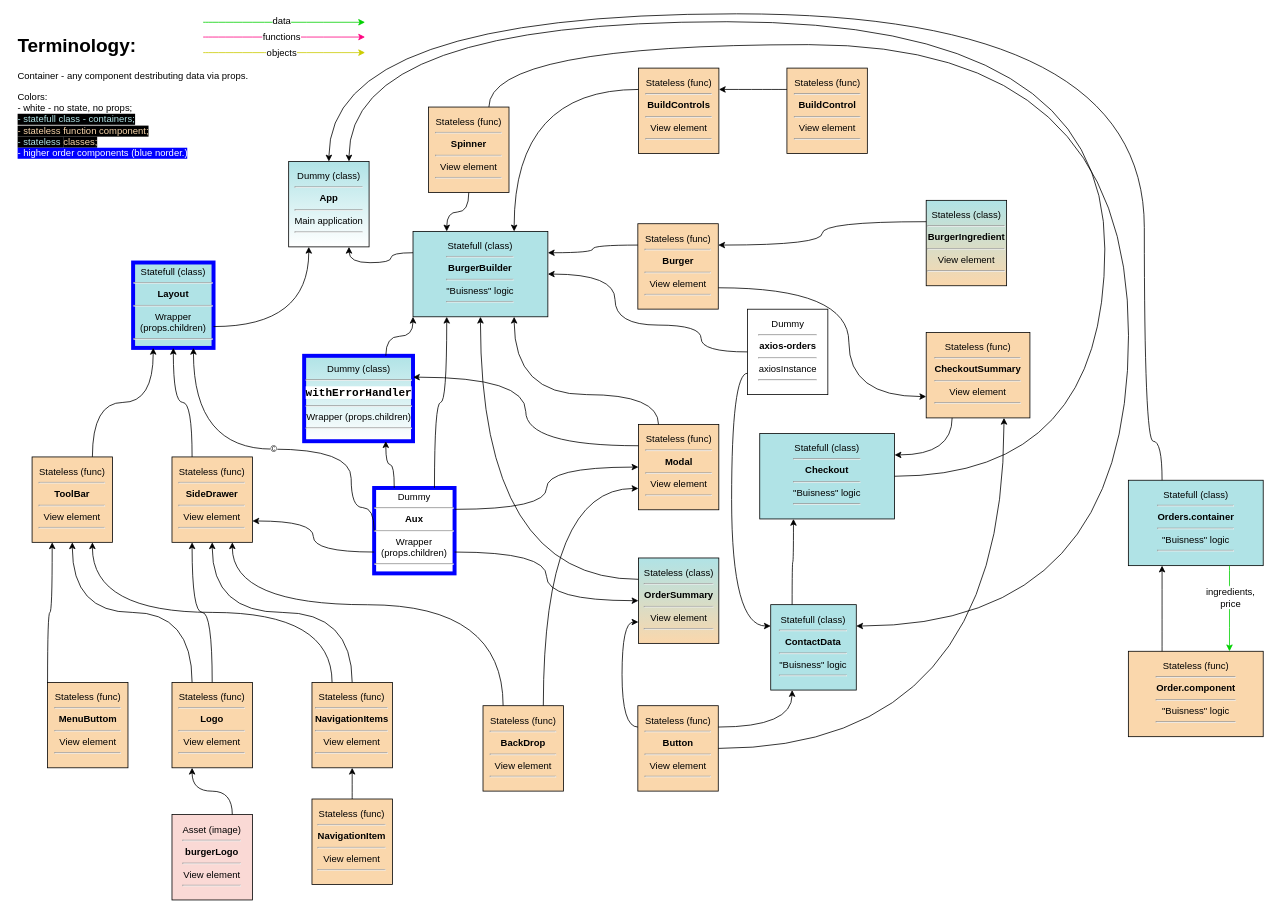
The draw.io diagram page "Application stracture" (5 of 5) of burger-builder.drawio in Sergey190309/burger-builder, before the edit. Source tidied: cells renumbered, new cells numbered last; positions are measured from the earlier drawing's top-left corner, leaving out a move shared by most shapes. Both pictures are drawn from the tidied source at 79%, with x=0, y=0 at pixel (13, 13).
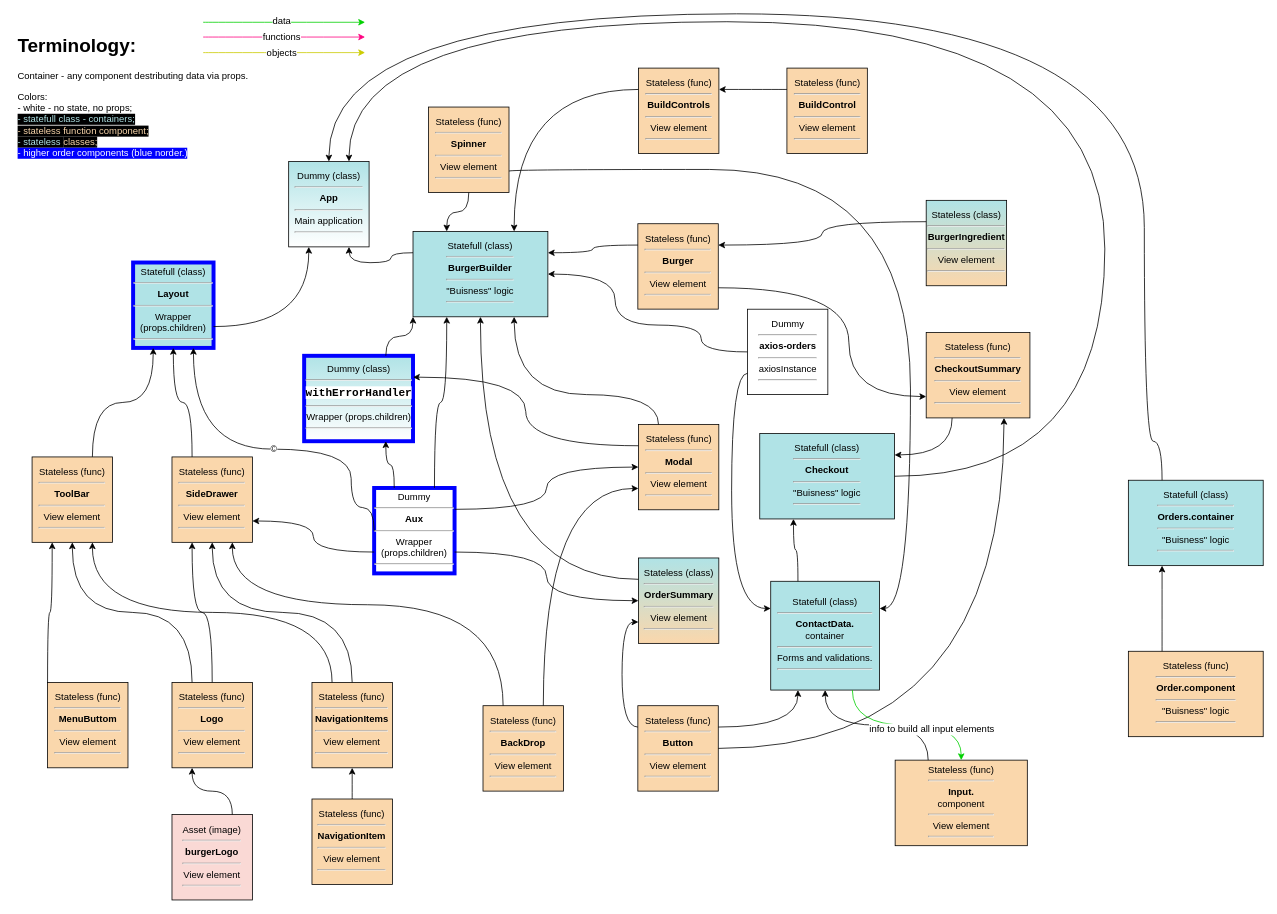
Above is the later version.

Unchanged cells that the change refers to:
```xml
<mxCell id="33" value="Stateless (func)&lt;br&gt;&lt;hr&gt;&lt;b&gt;Spinner&lt;/b&gt;&lt;br&gt;&lt;hr&gt;View element&lt;br&gt;&lt;hr&gt;" style="rounded=0;whiteSpace=wrap;html=1;fillColor=#fad7ac;strokeColor=#000000;arcSize=0;glass=0;comic=0;shadow=0;" parent="9" vertex="1">
  <mxGeometry x="525" y="118" width="101.8" height="108.1" as="geometry" />
</mxCell>
<mxCell id="37" value="Statefull (class)&lt;br&gt;&lt;hr&gt;&lt;b&gt;Orders.container&lt;/b&gt;&lt;br&gt;&lt;hr&gt;&quot;Buisness&quot; logic&lt;br&gt;&lt;hr&gt;" style="rounded=0;whiteSpace=wrap;html=1;fillColor=#b0e3e6;strokeColor=#000000;arcSize=0;glass=0;comic=0;shadow=0;" parent="9" vertex="1">
  <mxGeometry x="1410.8" y="590.4" width="170.7" height="108.1" as="geometry" />
</mxCell>
<mxCell id="38" value="Stateless (func)&lt;br&gt;&lt;hr&gt;&lt;b&gt;Order.component&lt;/b&gt;&lt;br&gt;&lt;hr&gt;&quot;Buisness&quot; logic&lt;br&gt;&lt;hr&gt;" style="rounded=0;whiteSpace=wrap;html=1;fillColor=#FAD7AC;strokeColor=#000000;arcSize=0;glass=0;comic=0;shadow=0;" parent="9" vertex="1">
  <mxGeometry x="1410.8" y="806.9" width="170.7" height="108.1" as="geometry" />
</mxCell>
```

What changed in the source:
```diff
@@
-    <mxCell id="36" value="Statefull (class)&lt;br&gt;&lt;hr&gt;&lt;b&gt;ContactData&lt;/b&gt;&lt;br&gt;&lt;hr&gt;&quot;Buisness&quot; logic&lt;br&gt;&lt;hr&gt;" style="rounded=0;whiteSpace=wrap;html=1;fillColor=#b0e3e6;strokeColor=#000000;arcSize=0;glass=0;comic=0;shadow=0;" parent="9" vertex="1">
-      <mxGeometry x="958.1" y="747.9" width="108.3" height="108.1" as="geometry" />
+    <mxCell id="36" value="Statefull (class)&lt;br&gt;&lt;hr&gt;&lt;b&gt;ContactData.&lt;br&gt;&lt;/b&gt;container&lt;br&gt;&lt;hr&gt;Forms and validations.&lt;br&gt;&lt;hr&gt;" style="rounded=0;whiteSpace=wrap;html=1;fillColor=#b0e3e6;strokeColor=#000000;arcSize=0;glass=0;comic=0;shadow=0;" parent="9" vertex="1">
+      <mxGeometry x="958.1" y="718.3" width="137.8" height="137.7" as="geometry" />
     </mxCell>
@@
+    <mxCell id="85" value="Stateless (func)&lt;br&gt;&lt;hr&gt;&lt;b&gt;Input.&lt;br&gt;&lt;/b&gt;component&lt;br&gt;&lt;hr&gt;View element&lt;br&gt;&lt;hr&gt;" style="rounded=0;whiteSpace=wrap;html=1;fillColor=#fad7ac;strokeColor=#000000;arcSize=0;glass=0;comic=0;shadow=0;" parent="9" vertex="1">
+      <mxGeometry x="1115.6" y="944.7" width="167.3" height="108.3" as="geometry" />
+    </mxCell>
@@
-    <mxCell id="78" style="edgeStyle=orthogonalEdgeStyle;curved=1;rounded=0;jettySize=auto;html=1;exitX=0.75;exitY=0;exitDx=0;exitDy=0;entryX=1;entryY=0.25;entryDx=0;entryDy=0;strokeColor=#000000;" parent="39" edge="1" source="33" target="36">
+    <mxCell id="78" style="edgeStyle=orthogonalEdgeStyle;curved=1;rounded=0;jettySize=auto;html=1;exitX=1;exitY=0.75;exitDx=0;exitDy=0;entryX=1;entryY=0.25;entryDx=0;entryDy=0;strokeColor=#000000;" parent="39" edge="1" source="33" target="36">
       <mxGeometry relative="1" as="geometry">
         <Array as="points">
-          <mxPoint x="601" y="39" />
-          <mxPoint x="1411" y="39" />
-          <mxPoint x="1411" y="775" />
+          <mxPoint x="627" y="197" />
+          <mxPoint x="1135" y="197" />
+          <mxPoint x="1135" y="753" />
         </Array>
       </mxGeometry>
     </mxCell>
@@
-    <mxCell id="82" parent="0" />
-    <mxCell id="83" style="edgeStyle=orthogonalEdgeStyle;rounded=0;jettySize=auto;html=1;exitX=0.75;exitY=1;exitDx=0;exitDy=0;curved=1;entryX=0.75;entryY=0;entryDx=0;entryDy=0;strokeColor=#00D100;" parent="82" edge="1" source="37" target="38">
-      <mxGeometry relative="1" as="geometry" />
-    </mxCell>
-    <mxCell id="84" value="ingredients,&lt;br&gt;price" style="text;html=1;align=center;verticalAlign=middle;labelBackgroundColor=#ffffff;" parent="83" vertex="1">
-      <mxGeometry x="-0.27" y="1" relative="1" as="geometry" />
-    </mxCell>
+    <mxCell id="86" style="edgeStyle=orthogonalEdgeStyle;curved=1;rounded=0;jettySize=auto;html=1;exitX=0.25;exitY=0;exitDx=0;exitDy=0;entryX=0.5;entryY=1;entryDx=0;entryDy=0;strokeColor=#000000;" parent="39" edge="1" source="85" target="36">
+      <mxGeometry relative="1" as="geometry" />
+    </mxCell>
+    <mxCell id="87" parent="0" />
+    <mxCell id="88" style="edgeStyle=orthogonalEdgeStyle;curved=1;rounded=0;jettySize=auto;html=1;exitX=0.75;exitY=1;exitDx=0;exitDy=0;entryX=0.5;entryY=0;entryDx=0;entryDy=0;strokeColor=#00D100;" parent="87" edge="1" source="36" target="85">
+      <mxGeometry relative="1" as="geometry" />
+    </mxCell>
+    <mxCell id="89" value="info to build all input elements" style="text;html=1;align=center;verticalAlign=middle;labelBackgroundColor=#ffffff;" parent="88" vertex="1">
+      <mxGeometry x="0.27" y="-5" relative="1" as="geometry" />
+    </mxCell>
```
